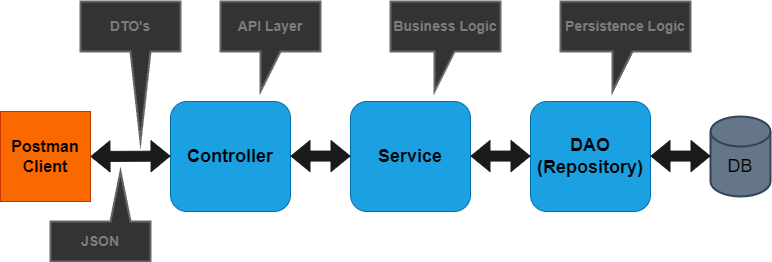
The draw.io diagram readme/arquitetura_spring_boot.png in EliasJuk/sacola-api, before a commit. Source tidied: cells renumbered, new cells last; positions are measured from the earlier drawing's top-left corner, leaving out a move shared by most shapes.
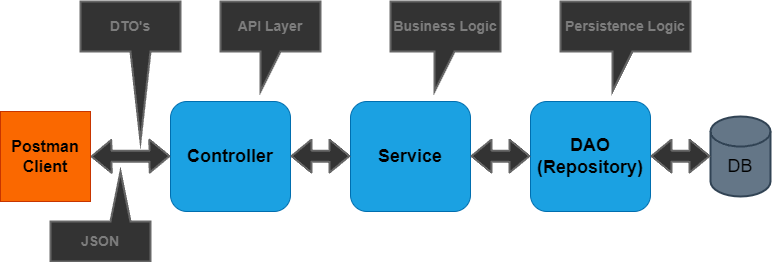
After the commit.

What changed in the source:
```diff
@@ -32,25 +32,25 @@
     <mxCell id="11" value="DB" style="text;html=1;strokeColor=none;fillColor=none;align=center;verticalAlign=middle;whiteSpace=wrap;rounded=0;fontSize=18;" parent="1" vertex="1">
       <mxGeometry x="710" y="150" width="60" height="30" as="geometry" />
     </mxCell>
-    <mxCell id="12" style="shape=flexArrow;endArrow=classic;startArrow=classic;html=1;rounded=1;fontSize=18;endSize=6;labelBackgroundColor=#FFFFFF;fillStyle=auto;strokeWidth=1;sketch=0;fillColor=#1A1A1A;strokeColor=#1A1A1A;" parent="1" edge="1">
+    <mxCell id="12" style="shape=flexArrow;endArrow=classic;startArrow=classic;html=1;rounded=1;fontSize=18;endSize=6;labelBackgroundColor=#FFFFFF;fillStyle=auto;strokeWidth=2;sketch=0;fillColor=#333333;strokeColor=#666666;" parent="1" edge="1">
       <mxGeometry relative="1" as="geometry">
         <mxPoint x="90" y="155" as="sourcePoint" />
         <mxPoint x="170" y="154.6" as="targetPoint" />
       </mxGeometry>
     </mxCell>
-    <mxCell id="13" style="shape=flexArrow;endArrow=classic;startArrow=classic;html=1;rounded=1;fontSize=18;endSize=6;fillColor=#1A1A1A;fillStyle=auto;strokeWidth=1;strokeColor=#1A1A1A;" parent="1" edge="1">
+    <mxCell id="13" style="shape=flexArrow;endArrow=classic;startArrow=classic;html=1;rounded=1;fontSize=18;endSize=6;fillColor=#333333;fillStyle=auto;strokeWidth=2;strokeColor=#666666;" parent="1" edge="1">
       <mxGeometry relative="1" as="geometry">
         <mxPoint x="290" y="154.6" as="sourcePoint" />
         <mxPoint x="350" y="154.6" as="targetPoint" />
       </mxGeometry>
     </mxCell>
-    <mxCell id="14" style="shape=flexArrow;endArrow=classic;startArrow=classic;html=1;rounded=1;fontSize=18;endSize=6;fillColor=#1A1A1A;fillStyle=solid;strokeWidth=1;strokeColor=#1A1A1A;" parent="1" edge="1">
+    <mxCell id="14" style="shape=flexArrow;endArrow=classic;startArrow=classic;html=1;rounded=1;fontSize=18;endSize=6;fillColor=#333333;fillStyle=solid;strokeWidth=2;strokeColor=#666666;" parent="1" edge="1">
       <mxGeometry relative="1" as="geometry">
         <mxPoint x="470" y="154.6" as="sourcePoint" />
         <mxPoint x="530" y="154.6" as="targetPoint" />
       </mxGeometry>
     </mxCell>
-    <mxCell id="15" style="shape=flexArrow;endArrow=classic;startArrow=classic;html=1;rounded=1;fontSize=18;endSize=6;fillColor=#1A1A1A;fillStyle=solid;shadow=0;strokeWidth=1;strokeColor=#1A1A1A;" parent="1" edge="1">
+    <mxCell id="15" style="shape=flexArrow;endArrow=classic;startArrow=classic;html=1;rounded=1;fontSize=18;endSize=6;fillColor=#333333;fillStyle=solid;shadow=0;strokeWidth=2;strokeColor=#666666;" parent="1" edge="1">
       <mxGeometry relative="1" as="geometry">
         <mxPoint x="650" y="154.6" as="sourcePoint" />
         <mxPoint x="710" y="154.6" as="targetPoint" />
```
